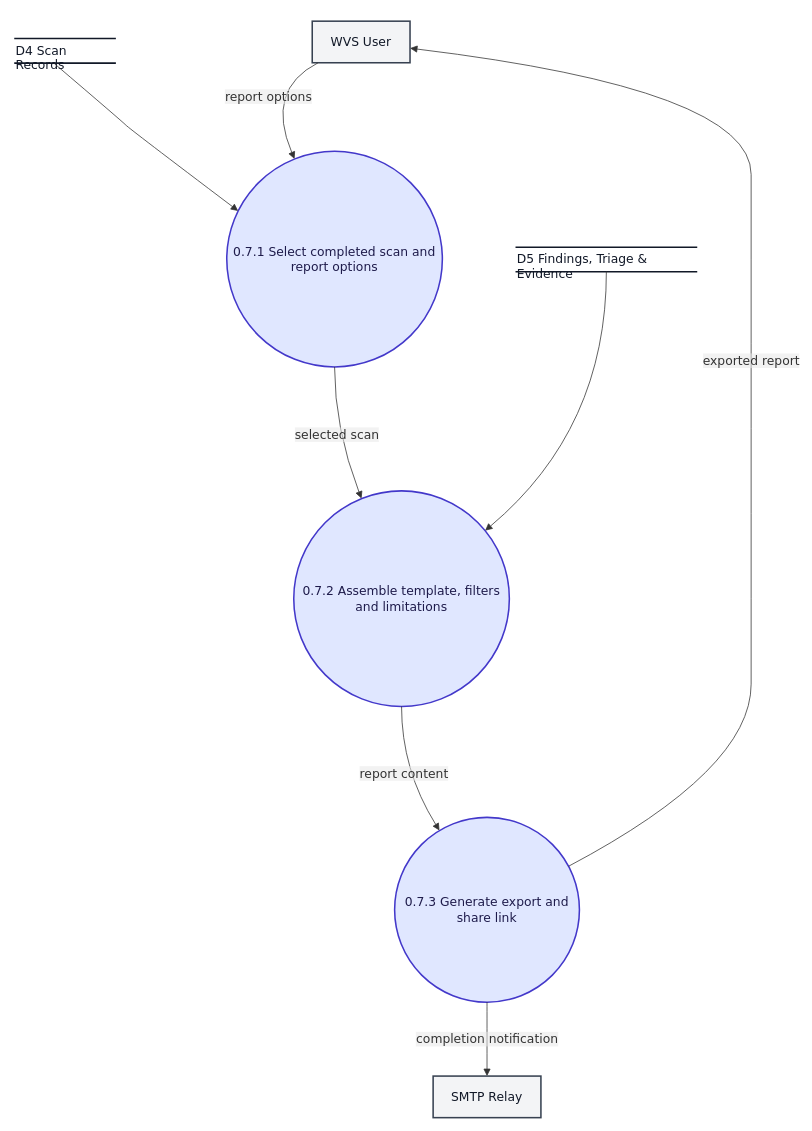
This is docs/mermaid/f.7.drawio from ksacheth/software-engineering, a draw.io file, before an edit. Source tidied: cells renumbered, new cells numbered last; positions are measured from the earlier drawing's top-left corner, leaving out a move shared by most shapes. Both pictures are drawn from the tidied source at 77%, with x=0, y=0 at pixel (14, 13).
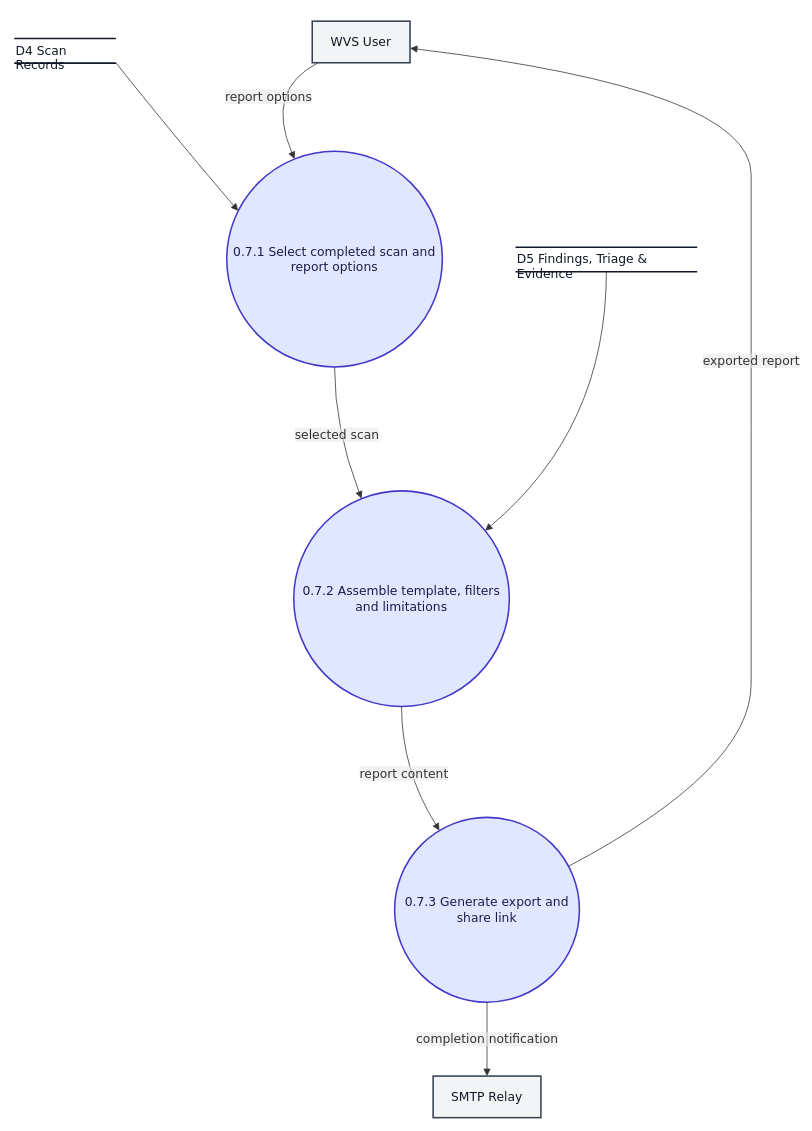
After the change.

Unchanged cells that the change refers to:
```xml
<mxCell id="2" style="group;transparentBounds=1;editIcon=1;lockedGroup=0;groupPadding=10;" parent="1" vertex="1">
  <mxGeometry x="220" as="geometry" />
</mxCell>
<mxCell id="5" value="0.7.1 Select completed scan and report options" style="ellipse;html=1;strokeWidth=2;whiteSpace=wrap;fillColor=#e0e7ff;strokeColor=#4338ca;fontColor=#1e1b4b;fontFamily=Trebuchet MS,Verdana,Arial,sans-serif;fontSize=16;" parent="2" vertex="1">
  <mxGeometry x="56" y="179" width="280" height="280" as="geometry" />
</mxCell>
<mxCell id="8" value="D4 Scan Records" style="text;html=1;whiteSpace=wrap;strokeColor=none;fillColor=none;fontColor=#111827;fontFamily=Trebuchet MS,Verdana,Arial,sans-serif;fontSize=16;" parent="2" vertex="1">
  <mxGeometry x="-220" y="32" width="132" height="32" as="geometry" />
</mxCell>
```

The edit, as a diff of the source:
```diff
@@
-    <mxCell id="18" style="curved=1;startArrow=none;endArrow=block;endSize=7;strokeColor=light-dark(#333333,#cccccc);exitX=0.394;exitY=1.031;exitDx=0;exitDy=0;exitPerimeter=0;entryX=0;entryY=0.25;" parent="2" edge="1" source="8" target="5">
+    <mxCell id="18" style="curved=1;startArrow=none;endArrow=block;endSize=7;strokeColor=light-dark(#333333,#cccccc);exitX=0.394;exitY=1.031;exitDx=0;exitDy=0;exitPerimeter=0;entryX=0;entryY=0.25;" parent="2" edge="1" target="5">
       <mxGeometry relative="1" as="geometry">
+        <mxPoint x="-88" y="64" as="sourcePoint" />
         <Array as="points">
-          <mxPoint x="-80" y="140" />
-          <mxPoint x="-70" y="150" />
+          <mxPoint x="-20" y="150" />
         </Array>
       </mxGeometry>
     </mxCell>
```
